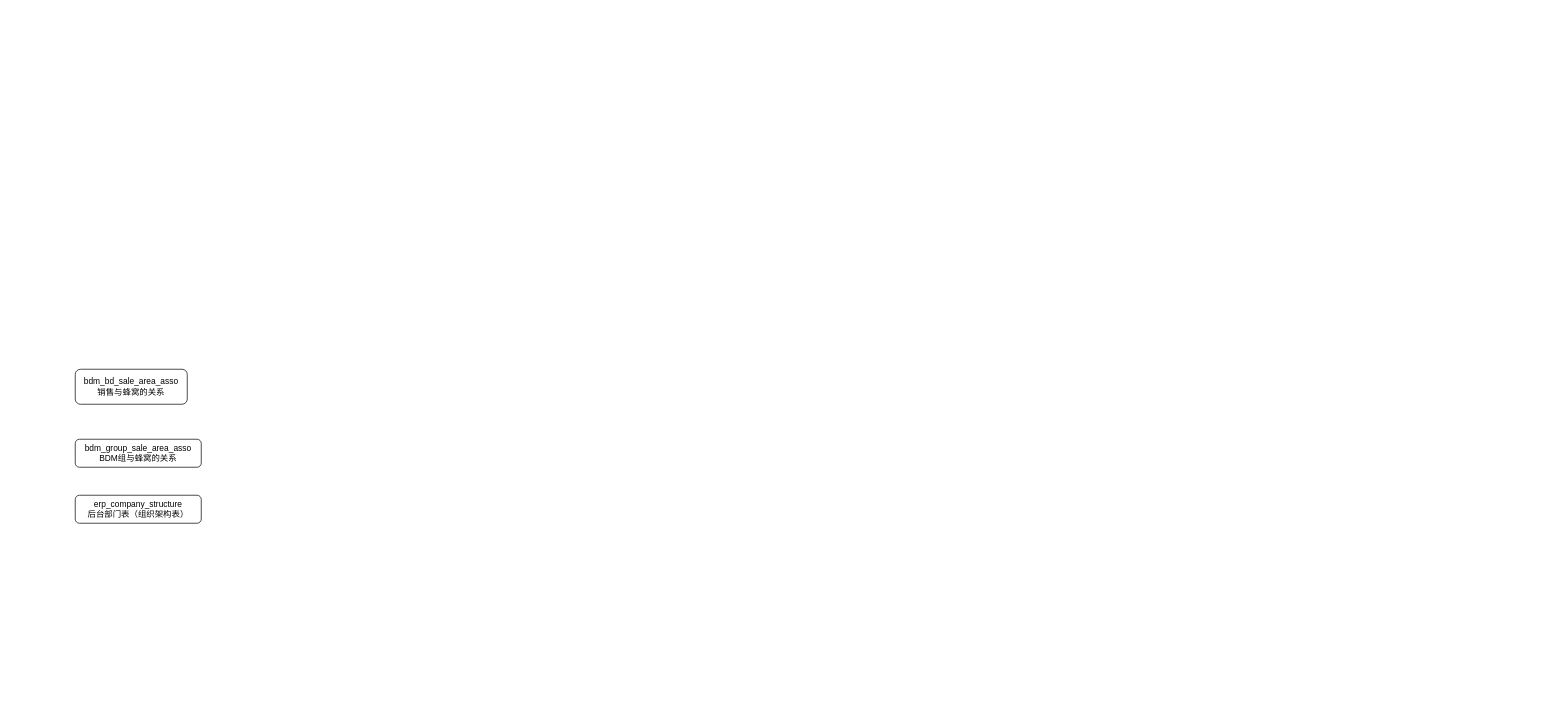
Above: RS-ER图.drawio in shixiaoding/draw (draw.io), before the change. Source tidied: cells renumbered, new cells numbered last; positions are measured from the earlier drawing's top-left corner, leaving out a move shared by most shapes. Both pictures are drawn from the tidied source at 70%, with x=0, y=0 at pixel (75, 369).
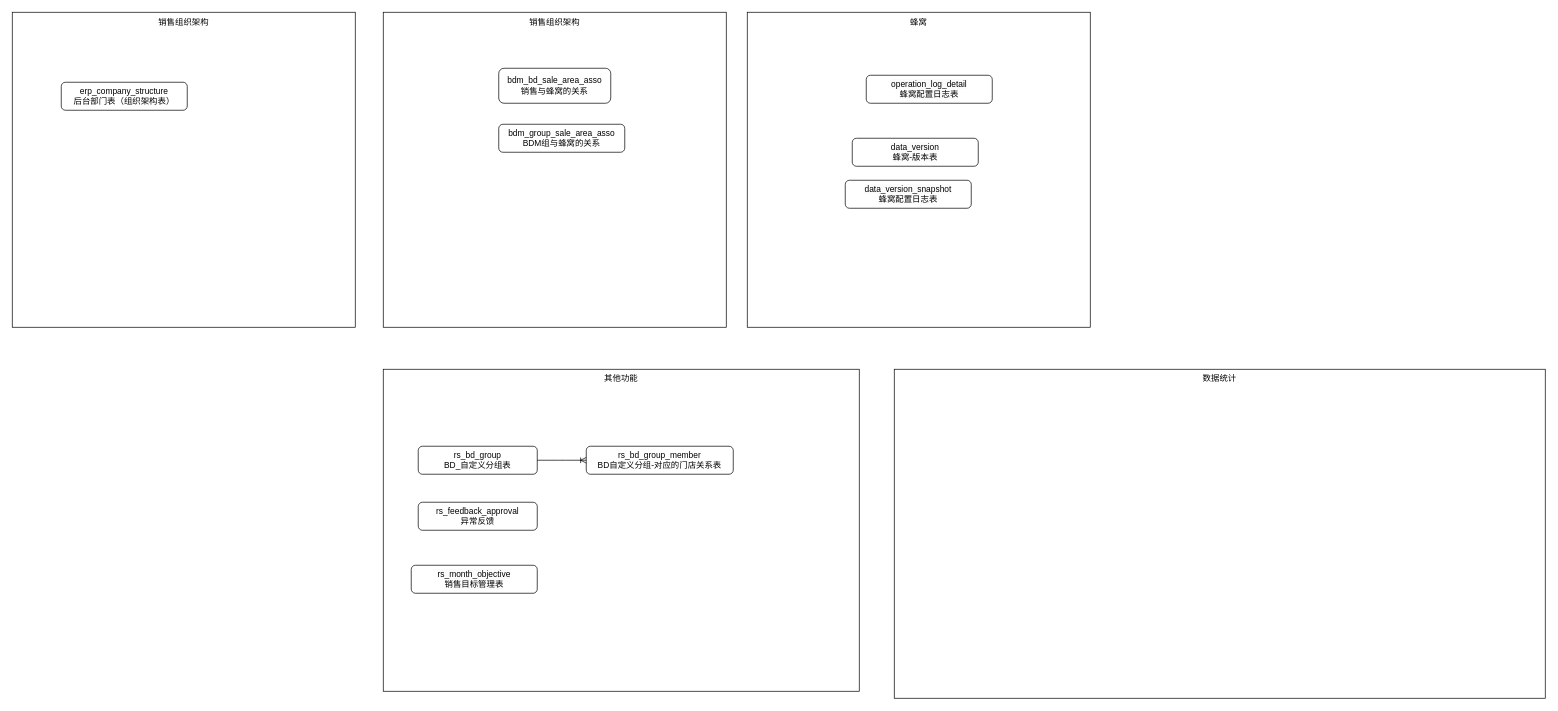
The same page after the edit.

Diff of the diagram source:
```diff
@@
 <mxGraphModel>
   <root>
     <mxCell id="0" />
     <mxCell id="1" parent="0" />
+    <mxCell id="5" value="销售组织架构" style="rounded=0;whiteSpace=wrap;html=1;verticalAlign=top;" parent="1" vertex="1">
+      <mxGeometry x="-90" y="-510" width="490" height="450" as="geometry" />
+    </mxCell>
+    <mxCell id="6" value="蜂窝" style="rounded=0;whiteSpace=wrap;html=1;verticalAlign=top;" parent="1" vertex="1">
+      <mxGeometry x="960" y="-510" width="490" height="450" as="geometry" />
+    </mxCell>
+    <mxCell id="7" value="销售组织架构" style="rounded=0;whiteSpace=wrap;html=1;verticalAlign=top;" parent="1" vertex="1">
+      <mxGeometry x="440" y="-510" width="490" height="450" as="geometry" />
+    </mxCell>
+    <mxCell id="8" value="其他功能" style="rounded=0;whiteSpace=wrap;html=1;verticalAlign=top;" parent="1" vertex="1">
+      <mxGeometry x="440" width="680" height="460" as="geometry" />
+    </mxCell>
     <mxCell id="2" value="bdm_bd_sale_area_asso&lt;br&gt;销售与蜂窝的关系" style="rounded=1;whiteSpace=wrap;html=1;" parent="1" vertex="1">
-      <mxGeometry width="160" height="50" as="geometry" />
+      <mxGeometry x="605" y="-430" width="160" height="50" as="geometry" />
     </mxCell>
     <mxCell id="3" value="bdm_group_sale_area_asso&lt;br&gt;BDM组与蜂窝的关系" style="rounded=1;whiteSpace=wrap;html=1;" parent="1" vertex="1">
-      <mxGeometry y="100" width="180" height="40" as="geometry" />
+      <mxGeometry x="605" y="-350" width="180" height="40" as="geometry" />
     </mxCell>
     <mxCell id="4" value="erp_company_structure&lt;br&gt;后台部门表（组织架构表）" style="rounded=1;whiteSpace=wrap;html=1;" parent="1" vertex="1">
-      <mxGeometry y="180" width="180" height="40" as="geometry" />
+      <mxGeometry x="-20" y="-410" width="180" height="40" as="geometry" />
     </mxCell>
+    <mxCell id="9" value="&lt;span style=&quot;color: rgb(0, 0, 0); font-family: Helvetica; font-size: 12px; font-style: normal; font-variant-ligatures: normal; font-variant-caps: normal; font-weight: 400; letter-spacing: normal; orphans: 2; text-align: left; text-indent: 0px; text-transform: none; widows: 2; word-spacing: 0px; -webkit-text-stroke-width: 0px; white-space: normal; background-color: rgb(251, 251, 251); text-decoration-thickness: initial; text-decoration-style: initial; text-decoration-color: initial; display: inline !important; float: none;&quot;&gt;operation_log_detail&lt;br&gt;蜂窝配置日志表&lt;/span&gt;" style="rounded=1;whiteSpace=wrap;html=1;" parent="1" vertex="1">
+      <mxGeometry x="1130" y="-420" width="180" height="40" as="geometry" />
+    </mxCell>
+    <mxCell id="10" value="&lt;span style=&quot;color: rgb(0, 0, 0); font-family: Helvetica; font-size: 12px; font-style: normal; font-variant-ligatures: normal; font-variant-caps: normal; font-weight: 400; letter-spacing: normal; orphans: 2; text-align: left; text-indent: 0px; text-transform: none; widows: 2; word-spacing: 0px; -webkit-text-stroke-width: 0px; white-space: normal; background-color: rgb(251, 251, 251); text-decoration-thickness: initial; text-decoration-style: initial; text-decoration-color: initial; display: inline !important; float: none;&quot;&gt;data_version&lt;br&gt;蜂窝-版本表&lt;/span&gt;" style="rounded=1;whiteSpace=wrap;html=1;" parent="1" vertex="1">
+      <mxGeometry x="1110" y="-330" width="180" height="40" as="geometry" />
+    </mxCell>
+    <mxCell id="11" value="&lt;span style=&quot;color: rgb(0, 0, 0); font-family: Helvetica; font-size: 12px; font-style: normal; font-variant-ligatures: normal; font-variant-caps: normal; font-weight: 400; letter-spacing: normal; orphans: 2; text-align: left; text-indent: 0px; text-transform: none; widows: 2; word-spacing: 0px; -webkit-text-stroke-width: 0px; white-space: normal; background-color: rgb(251, 251, 251); text-decoration-thickness: initial; text-decoration-style: initial; text-decoration-color: initial; display: inline !important; float: none;&quot;&gt;data_version_snapshot&lt;br&gt;蜂窝配置日志表&lt;/span&gt;" style="rounded=1;whiteSpace=wrap;html=1;" parent="1" vertex="1">
+      <mxGeometry x="1100" y="-270" width="180" height="40" as="geometry" />
+    </mxCell>
+    <mxCell id="12" value="rs_bd_group&lt;br&gt;BD_自定义分组表" style="rounded=1;whiteSpace=wrap;html=1;" parent="1" vertex="1">
+      <mxGeometry x="490" y="110" width="170" height="40" as="geometry" />
+    </mxCell>
+    <mxCell id="13" value="rs_bd_group_member&lt;br&gt;BD自定义分组-对应的门店关系表" style="rounded=1;whiteSpace=wrap;html=1;" parent="1" vertex="1">
+      <mxGeometry x="730" y="110" width="210" height="40" as="geometry" />
+    </mxCell>
+    <mxCell id="14" value="rs_feedback_approval&lt;br&gt;异常反馈" style="rounded=1;whiteSpace=wrap;html=1;" parent="1" vertex="1">
+      <mxGeometry x="490" y="190" width="170" height="40" as="geometry" />
+    </mxCell>
+    <mxCell id="15" style="edgeStyle=entityRelationEdgeStyle;fontSize=12;html=1;endArrow=ERoneToMany;rounded=0;entryX=0;entryY=0.5;entryDx=0;entryDy=0;" parent="1" edge="1" target="13">
+      <mxGeometry relative="1" as="geometry">
+        <mxPoint x="660" y="130" as="sourcePoint" />
+      </mxGeometry>
+    </mxCell>
+    <mxCell id="16" value="数据统计" style="rounded=0;whiteSpace=wrap;html=1;verticalAlign=top;" parent="1" vertex="1">
+      <mxGeometry x="1170" width="930" height="470" as="geometry" />
+    </mxCell>
+    <mxCell id="17" value="&lt;span style=&quot;color: rgb(0, 0, 0); font-family: Helvetica; font-size: 12px; font-style: normal; font-variant-ligatures: normal; font-variant-caps: normal; font-weight: 400; letter-spacing: normal; orphans: 2; text-align: left; text-indent: 0px; text-transform: none; widows: 2; word-spacing: 0px; -webkit-text-stroke-width: 0px; white-space: normal; background-color: rgb(251, 251, 251); text-decoration-thickness: initial; text-decoration-style: initial; text-decoration-color: initial; display: inline !important; float: none;&quot;&gt;rs_month_objective&lt;br&gt;销售目标管理表&lt;/span&gt;" style="rounded=1;whiteSpace=wrap;html=1;" parent="1" vertex="1">
+      <mxGeometry x="480" y="280" width="180" height="40" as="geometry" />
+    </mxCell>
   </root>
 </mxGraphModel>
```
